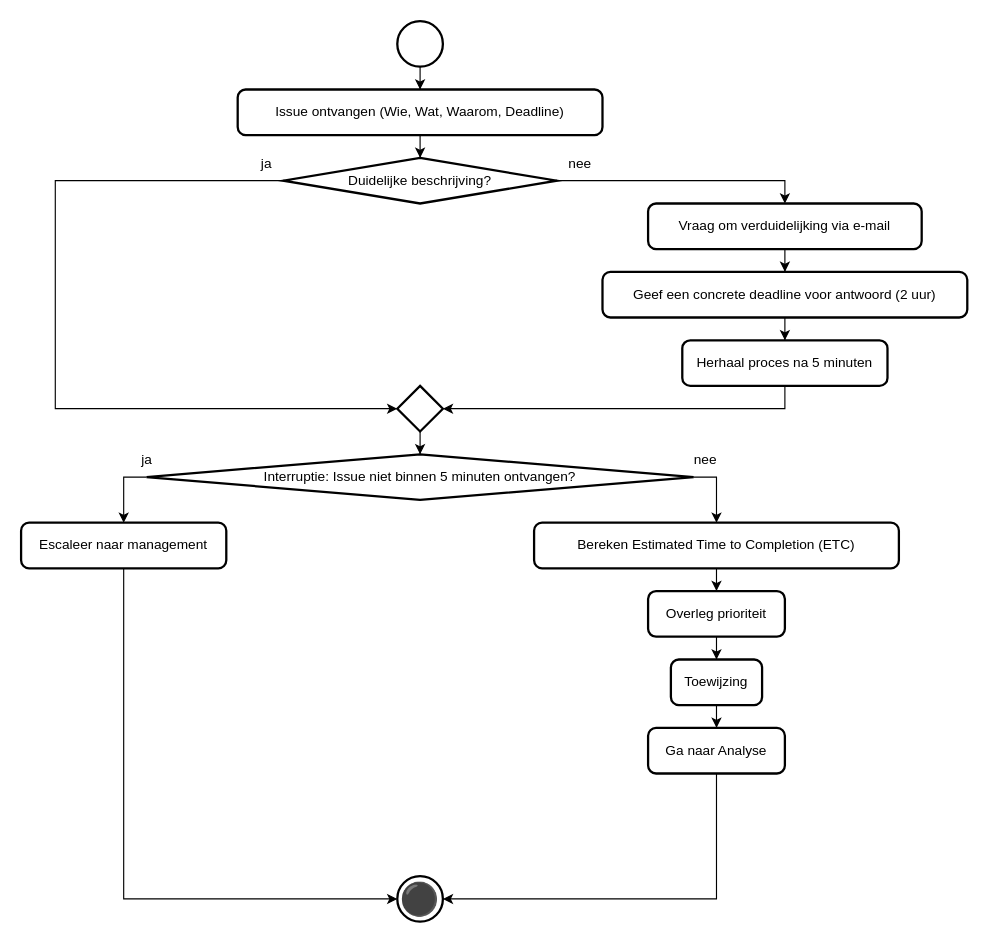
This is 1 Issue Tracker intake.drawio from Zaibatsu89/IssueTracker, a draw.io file, before an edit. Source tidied: cells renumbered, new cells numbered last; positions are measured from the earlier drawing's top-left corner, leaving out a move shared by most shapes. Both pictures are drawn from the tidied source at 114%, with x=0, y=0 at pixel (21, 21).
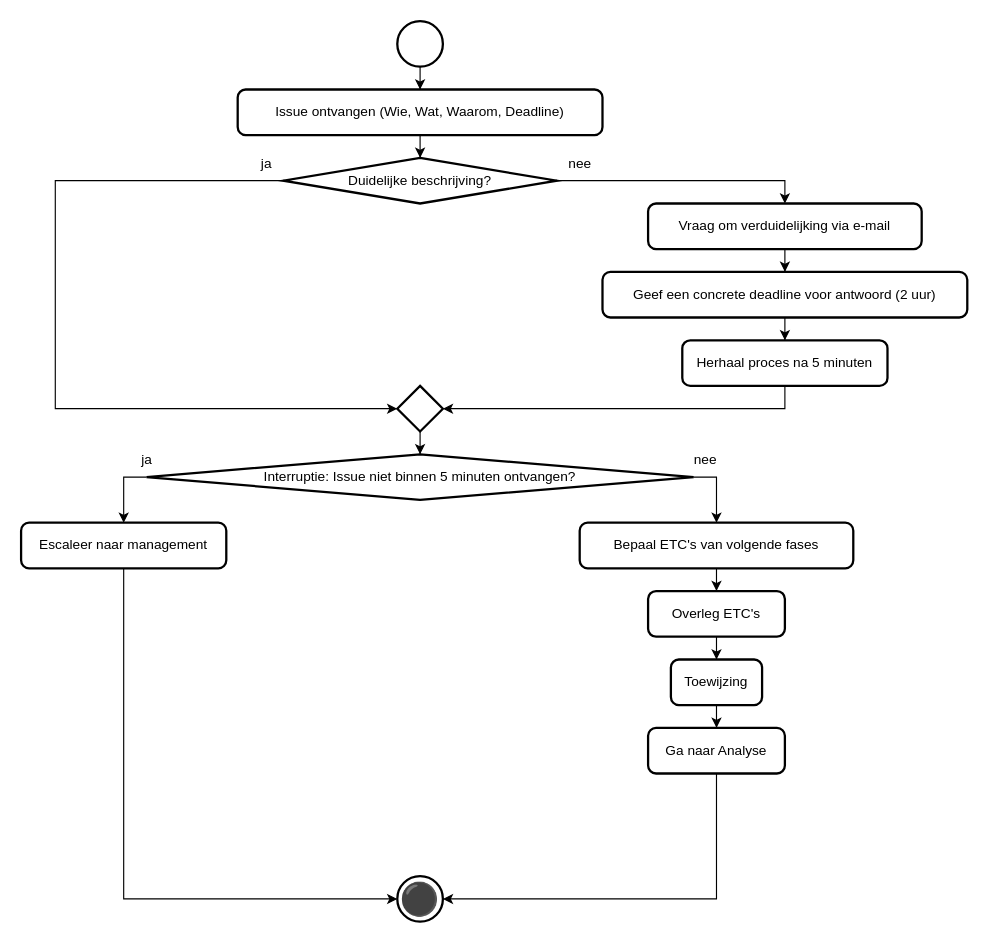
Above is the later version.

Diff of the diagram source:
```diff
@@
-    <mxCell id="24" value="Bereken Estimated Time to Completion (ETC)" style="rounded=1;whiteSpace=wrap;html=1;absoluteArcSize=1;arcSize=14;strokeWidth=2;" parent="1" vertex="1">
-      <mxGeometry x="450" y="440" width="320" height="40" as="geometry" />
+    <mxCell id="24" value="Bepaal ETC's van volgende fases" style="rounded=1;whiteSpace=wrap;html=1;absoluteArcSize=1;arcSize=14;strokeWidth=2;" parent="1" vertex="1">
+      <mxGeometry x="490" y="440" width="240" height="40" as="geometry" />
     </mxCell>
@@
-    <mxCell id="26" value="Overleg prioriteit" style="rounded=1;whiteSpace=wrap;html=1;absoluteArcSize=1;arcSize=14;strokeWidth=2;" parent="1" vertex="1">
+    <mxCell id="26" value="Overleg ETC's" style="rounded=1;whiteSpace=wrap;html=1;absoluteArcSize=1;arcSize=14;strokeWidth=2;" parent="1" vertex="1">
       <mxGeometry x="550" y="500" width="120" height="40" as="geometry" />
     </mxCell>
```
